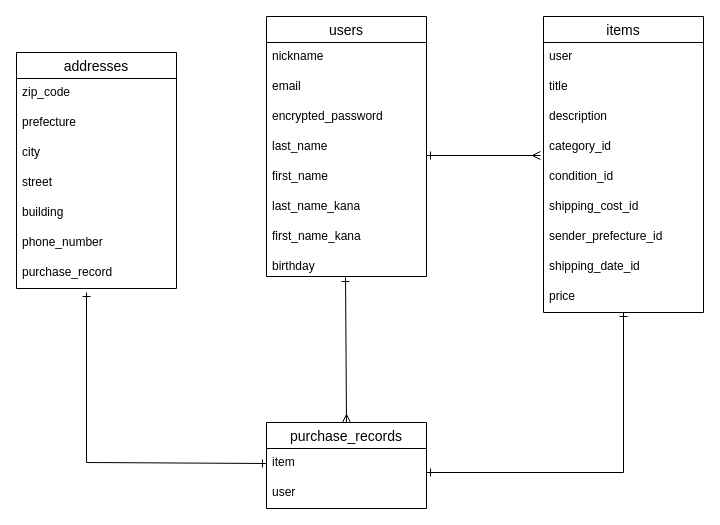
The draw.io diagram database.dio in shigekiy/furima-40847, before the edit. Source tidied: cells renumbered, new cells numbered last; positions are measured from the earlier drawing's top-left corner, leaving out a move shared by most shapes. Both pictures are drawn from the tidied source at 100%, with x=0, y=0 at pixel (16, 16).
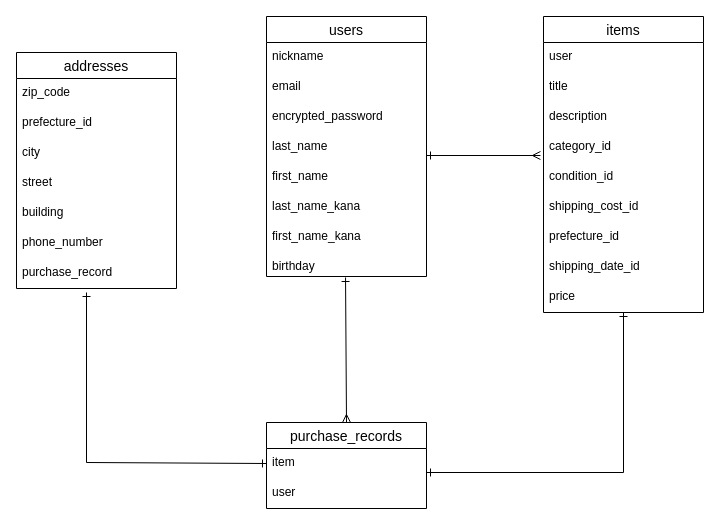
Above is the later version.

Commit message (it also covers changes not shown here):
データベース設計 #3 の修正

The change refers to these unchanged cells:
```xml
<mxCell id="11" value="items" style="swimlane;fontStyle=0;horizontal=1;startSize=26;align=center;fontSize=14;" parent="1" vertex="1">
  <mxGeometry x="527" width="160" height="296" as="geometry" />
</mxCell>
<mxCell id="24" value="addresses" style="swimlane;fontStyle=0;horizontal=1;startSize=26;align=center;fontSize=14;" parent="1" vertex="1">
  <mxGeometry y="36" width="160" height="236" as="geometry" />
</mxCell>
```

Diff of the diagram source:
```diff
@@
-    <mxCell id="18" value="sender_prefecture_id" style="text;strokeColor=none;fillColor=none;spacingLeft=4;spacingRight=4;overflow=hidden;fontSize=12;" parent="11" vertex="1">
+    <mxCell id="18" value="prefecture_id" style="text;strokeColor=none;fillColor=none;spacingLeft=4;spacingRight=4;overflow=hidden;fontSize=12;" parent="11" vertex="1">
       <mxGeometry y="206" width="160" height="30" as="geometry" />
     </mxCell>
@@
-    <mxCell id="26" value="prefecture" style="text;strokeColor=none;fillColor=none;spacingLeft=4;spacingRight=4;overflow=hidden;fontSize=12;" parent="24" vertex="1">
+    <mxCell id="26" value="prefecture_id" style="text;strokeColor=none;fillColor=none;spacingLeft=4;spacingRight=4;overflow=hidden;fontSize=12;" parent="24" vertex="1">
       <mxGeometry y="56" width="160" height="30" as="geometry" />
     </mxCell>
```
